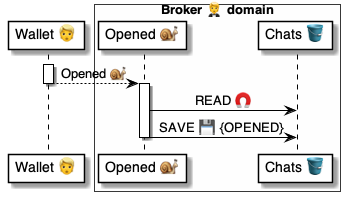
Above: 4 ⚙️ Solution/20 🧑‍🦰 UI/Brokers 🤵/🤵📨 Broker msgs/Chats 💬 Opened 🧑‍🦰🐌🤵/🤵 Opened ⚙️ uml.png in pollyweb-org/pollyweb-docs (PlantUML), before the change. Its source is kept beside it as 4 ⚙️ Solution/20 🧑‍🦰 UI/Brokers 🤵/🤵📨 Broker msgs/Chats 💬 Opened 🧑‍🦰🐌🤵/🤵 Opened ⚙️ uml.puml.
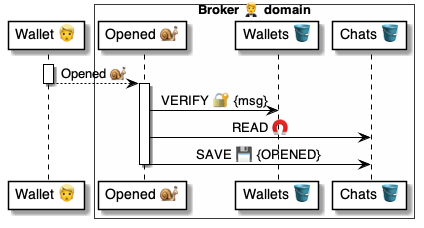
The same diagram one commit later.

Change to the diagram source:
```diff
@@ -4,6 +4,7 @@
 
 box "Broker 🤵 domain"  #FFFFFA
     participant "Opened 🐌" as broker
+    participant "Wallets 🪣" as wallets
     participant "Chats 🪣" as chats
 end box
 
@@ -13,6 +14,7 @@
 deactivate wallet
 
 activate broker
+    broker -> wallets: VERIFY 🔐 {msg}
     broker -> chats: READ 🧲
     broker -> chats: SAVE 💾 {OPENED}
 deactivate broker
```
